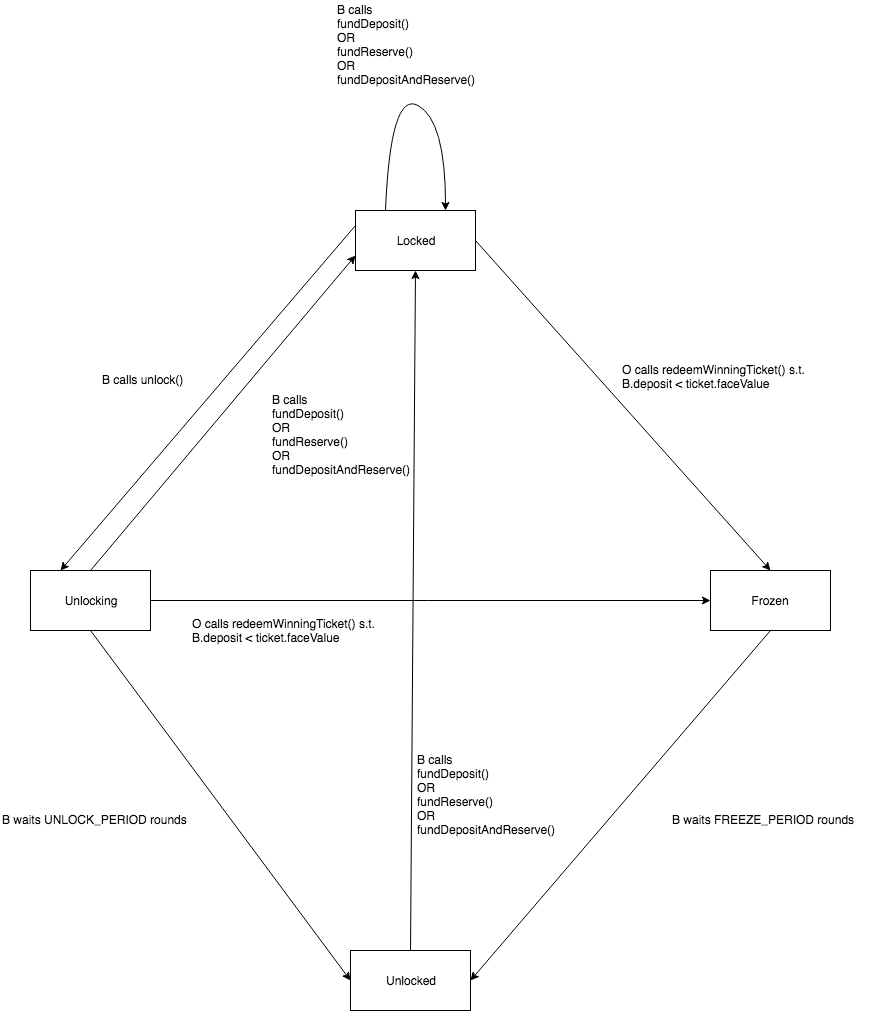
Above: spec/streamflow/images/broadcaster-protocol-states.png in livepeer/wiki (draw.io), before the change. Source tidied: cells renumbered, new cells last; positions are measured from the earlier drawing's top-left corner, leaving out a move shared by most shapes. The source it was exported from:
```xml
<mxGraphModel>
  <root>
    <mxCell id="0" />
    <mxCell id="1" parent="0" />
    <mxCell id="2" value="Unlocked" style="rounded=0;whiteSpace=wrap;html=1;" parent="1" vertex="1">
      <mxGeometry x="350" y="950" width="120" height="60" as="geometry" />
    </mxCell>
    <mxCell id="3" value="Unlocking&lt;br&gt;" style="rounded=0;whiteSpace=wrap;html=1;" parent="1" vertex="1">
      <mxGeometry x="30" y="570" width="120" height="60" as="geometry" />
    </mxCell>
    <mxCell id="4" value="Locked" style="rounded=0;whiteSpace=wrap;html=1;" parent="1" vertex="1">
      <mxGeometry x="355" y="210" width="120" height="60" as="geometry" />
    </mxCell>
    <mxCell id="5" value="Frozen" style="rounded=0;whiteSpace=wrap;html=1;" parent="1" vertex="1">
      <mxGeometry x="710" y="570" width="120" height="60" as="geometry" />
    </mxCell>
    <mxCell id="6" style="endArrow=classic;html=1;entryX=0.5;entryY=1;entryDx=0;entryDy=0;exitX=0.5;exitY=0;exitDx=0;exitDy=0;" parent="1" edge="1" source="2" target="4">
      <mxGeometry relative="1" as="geometry" />
    </mxCell>
    <mxCell id="7" value="B calls&lt;br&gt;fundDeposit()&lt;br&gt;OR&lt;br&gt;fundReserve()&lt;br&gt;OR&lt;br&gt;fundDepositAndReserve()&lt;br&gt;" style="text;html=1;align=left;verticalAlign=top;spacingTop=-4;" parent="1" vertex="1">
      <mxGeometry x="415" y="750" width="150" height="90" as="geometry" />
    </mxCell>
    <mxCell id="8" style="endArrow=classic;html=1;exitX=1;exitY=0.5;exitDx=0;exitDy=0;entryX=0.5;entryY=0;entryDx=0;entryDy=0;" parent="1" edge="1" source="4" target="5">
      <mxGeometry relative="1" as="geometry" />
    </mxCell>
    <mxCell id="9" style="endArrow=classic;html=1;exitX=0.5;exitY=1;exitDx=0;exitDy=0;entryX=1;entryY=0.5;entryDx=0;entryDy=0;" parent="1" edge="1" source="5" target="2">
      <mxGeometry relative="1" as="geometry" />
    </mxCell>
    <mxCell id="10" value="B waits FREEZE_PERIOD rounds" style="text;html=1;align=left;verticalAlign=top;spacingTop=-4;" parent="1" vertex="1">
      <mxGeometry x="670" y="810" width="200" height="20" as="geometry" />
    </mxCell>
    <mxCell id="11" style="endArrow=classic;html=1;exitX=0;exitY=0.25;exitDx=0;exitDy=0;entryX=0.25;entryY=0;entryDx=0;entryDy=0;" parent="1" edge="1" source="4" target="3">
      <mxGeometry relative="1" as="geometry" />
    </mxCell>
    <mxCell id="12" value="B calls unlock()" style="text;html=1;align=left;verticalAlign=top;spacingTop=-4;" parent="1" vertex="1">
      <mxGeometry x="100" y="370" width="100" height="20" as="geometry" />
    </mxCell>
    <mxCell id="13" style="endArrow=classic;html=1;exitX=0.5;exitY=1;exitDx=0;exitDy=0;entryX=0;entryY=0.5;entryDx=0;entryDy=0;" parent="1" edge="1" source="3" target="2">
      <mxGeometry relative="1" as="geometry" />
    </mxCell>
    <mxCell id="14" value="B waits UNLOCK_PERIOD rounds" style="text;html=1;align=left;verticalAlign=top;spacingTop=-4;" parent="1" vertex="1">
      <mxGeometry y="810" width="200" height="20" as="geometry" />
    </mxCell>
    <mxCell id="15" style="endArrow=classic;html=1;entryX=0;entryY=0.75;entryDx=0;entryDy=0;exitX=0.5;exitY=0;exitDx=0;exitDy=0;" parent="1" edge="1" source="3" target="4">
      <mxGeometry relative="1" as="geometry" />
    </mxCell>
    <mxCell id="16" value="B calls&lt;br&gt;fundDeposit()&lt;br&gt;OR&lt;br&gt;fundReserve()&lt;br&gt;OR&lt;br&gt;fundDepositAndReserve()&lt;br&gt;" style="text;html=1;align=left;verticalAlign=top;spacingTop=-4;" parent="1" vertex="1">
      <mxGeometry x="335" width="150" height="90" as="geometry" />
    </mxCell>
    <mxCell id="17" value="O calls redeemWinningTicket() s.t.&lt;br&gt;B.deposit &amp;lt; ticket.faceValue&lt;br&gt;" style="text;html=1;align=left;verticalAlign=top;spacingTop=-4;" parent="1" vertex="1">
      <mxGeometry x="620" y="360" width="200" height="30" as="geometry" />
    </mxCell>
    <mxCell id="18" style="endArrow=classic;html=1;entryX=0;entryY=0.5;entryDx=0;entryDy=0;exitX=1;exitY=0.5;exitDx=0;exitDy=0;" parent="1" edge="1" source="3" target="5">
      <mxGeometry relative="1" as="geometry" />
    </mxCell>
    <mxCell id="19" value="O calls redeemWinningTicket() s.t.&lt;br&gt;B.deposit &amp;lt; ticket.faceValue" style="text;html=1;" parent="1" vertex="1">
      <mxGeometry x="190" y="610" width="180" height="20" as="geometry" />
    </mxCell>
    <mxCell id="20" style="curved=1;endArrow=classic;html=1;exitX=0.25;exitY=0;exitDx=0;exitDy=0;entryX=0.75;entryY=0;entryDx=0;entryDy=0;" parent="1" edge="1" source="4" target="4">
      <mxGeometry relative="1" as="geometry">
        <Array as="points">
          <mxPoint x="390" y="90" />
          <mxPoint x="445" y="120" />
        </Array>
      </mxGeometry>
    </mxCell>
    <mxCell id="21" value="B calls&lt;br&gt;fundDeposit()&lt;br&gt;OR&lt;br&gt;fundReserve()&lt;br&gt;OR&lt;br&gt;fundDepositAndReserve()&lt;br&gt;" style="text;html=1;align=left;verticalAlign=top;spacingTop=-4;" parent="1" vertex="1">
      <mxGeometry x="270" y="390" width="150" height="90" as="geometry" />
    </mxCell>
  </root>
</mxGraphModel>
```
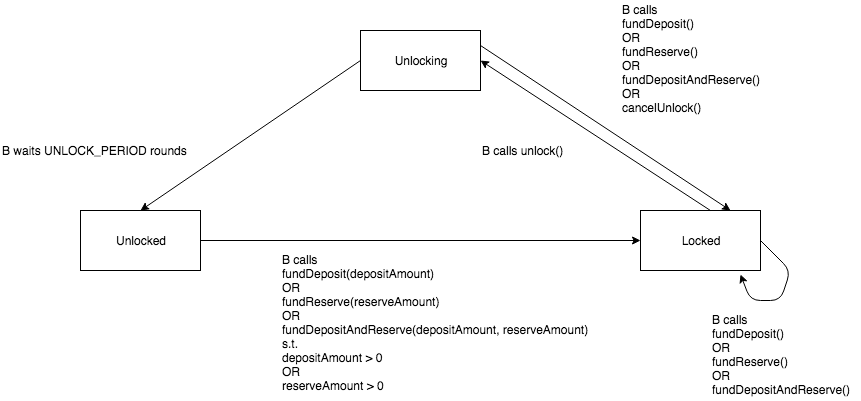
The same diagram one commit later.

Commit message:
spec: Update broadcaster state diagram in PM spec

Diff of the diagram source:
```diff
@@ -2,70 +2,51 @@
   <root>
     <mxCell id="0" />
     <mxCell id="1" parent="0" />
+    <mxCell id="4" value="Locked" style="rounded=0;whiteSpace=wrap;html=1;" parent="1" vertex="1">
+      <mxGeometry x="630" y="670" width="120" height="60" as="geometry" />
+    </mxCell>
+    <mxCell id="3" value="Unlocking" style="rounded=0;whiteSpace=wrap;html=1;" parent="1" vertex="1">
+      <mxGeometry x="350" y="490" width="120" height="60" as="geometry" />
+    </mxCell>
     <mxCell id="2" value="Unlocked" style="rounded=0;whiteSpace=wrap;html=1;" parent="1" vertex="1">
-      <mxGeometry x="350" y="950" width="120" height="60" as="geometry" />
+      <mxGeometry x="70" y="670" width="120" height="60" as="geometry" />
     </mxCell>
-    <mxCell id="3" value="Unlocking&lt;br&gt;" style="rounded=0;whiteSpace=wrap;html=1;" parent="1" vertex="1">
-      <mxGeometry x="30" y="570" width="120" height="60" as="geometry" />
-    </mxCell>
-    <mxCell id="4" value="Locked" style="rounded=0;whiteSpace=wrap;html=1;" parent="1" vertex="1">
-      <mxGeometry x="355" y="210" width="120" height="60" as="geometry" />
-    </mxCell>
-    <mxCell id="5" value="Frozen" style="rounded=0;whiteSpace=wrap;html=1;" parent="1" vertex="1">
-      <mxGeometry x="710" y="570" width="120" height="60" as="geometry" />
-    </mxCell>
-    <mxCell id="6" style="endArrow=classic;html=1;entryX=0.5;entryY=1;entryDx=0;entryDy=0;exitX=0.5;exitY=0;exitDx=0;exitDy=0;" parent="1" edge="1" source="2" target="4">
+    <mxCell id="6" style="endArrow=classic;html=1;exitX=1;exitY=0.5;exitDx=0;exitDy=0;entryX=0;entryY=0.5;entryDx=0;entryDy=0;" parent="1" edge="1" source="2" target="4">
       <mxGeometry relative="1" as="geometry" />
     </mxCell>
-    <mxCell id="7" value="B calls&lt;br&gt;fundDeposit()&lt;br&gt;OR&lt;br&gt;fundReserve()&lt;br&gt;OR&lt;br&gt;fundDepositAndReserve()&lt;br&gt;" style="text;html=1;align=left;verticalAlign=top;spacingTop=-4;" parent="1" vertex="1">
-      <mxGeometry x="415" y="750" width="150" height="90" as="geometry" />
-    </mxCell>
-    <mxCell id="8" style="endArrow=classic;html=1;exitX=1;exitY=0.5;exitDx=0;exitDy=0;entryX=0.5;entryY=0;entryDx=0;entryDy=0;" parent="1" edge="1" source="4" target="5">
-      <mxGeometry relative="1" as="geometry" />
-    </mxCell>
-    <mxCell id="9" style="endArrow=classic;html=1;exitX=0.5;exitY=1;exitDx=0;exitDy=0;entryX=1;entryY=0.5;entryDx=0;entryDy=0;" parent="1" edge="1" source="5" target="2">
-      <mxGeometry relative="1" as="geometry" />
-    </mxCell>
-    <mxCell id="10" value="B waits FREEZE_PERIOD rounds" style="text;html=1;align=left;verticalAlign=top;spacingTop=-4;" parent="1" vertex="1">
-      <mxGeometry x="670" y="810" width="200" height="20" as="geometry" />
-    </mxCell>
-    <mxCell id="11" style="endArrow=classic;html=1;exitX=0;exitY=0.25;exitDx=0;exitDy=0;entryX=0.25;entryY=0;entryDx=0;entryDy=0;" parent="1" edge="1" source="4" target="3">
+    <mxCell id="11" style="endArrow=classic;html=1;entryX=1;entryY=0.5;entryDx=0;entryDy=0;exitX=0.583;exitY=0;exitDx=0;exitDy=0;exitPerimeter=0;" parent="1" edge="1" source="4" target="3">
       <mxGeometry relative="1" as="geometry" />
     </mxCell>
+    <mxCell id="15" style="endArrow=classic;html=1;exitX=1;exitY=0.25;exitDx=0;exitDy=0;entryX=0.75;entryY=0;entryDx=0;entryDy=0;" parent="1" edge="1" source="3" target="4">
+      <mxGeometry relative="1" as="geometry" />
+    </mxCell>
+    <mxCell id="13" style="endArrow=classic;html=1;exitX=0;exitY=0.5;exitDx=0;exitDy=0;entryX=0.5;entryY=0;entryDx=0;entryDy=0;" parent="1" edge="1" source="3" target="2">
+      <mxGeometry relative="1" as="geometry" />
+    </mxCell>
     <mxCell id="12" value="B calls unlock()" style="text;html=1;align=left;verticalAlign=top;spacingTop=-4;" parent="1" vertex="1">
-      <mxGeometry x="100" y="370" width="100" height="20" as="geometry" />
+      <mxGeometry x="470" y="601" width="100" height="20" as="geometry" />
     </mxCell>
-    <mxCell id="13" style="endArrow=classic;html=1;exitX=0.5;exitY=1;exitDx=0;exitDy=0;entryX=0;entryY=0.5;entryDx=0;entryDy=0;" parent="1" edge="1" source="3" target="2">
-      <mxGeometry relative="1" as="geometry" />
-    </mxCell>
     <mxCell id="14" value="B waits UNLOCK_PERIOD rounds" style="text;html=1;align=left;verticalAlign=top;spacingTop=-4;" parent="1" vertex="1">
-      <mxGeometry y="810" width="200" height="20" as="geometry" />
+      <mxGeometry x="-10" y="601" width="200" height="20" as="geometry" />
     </mxCell>
-    <mxCell id="15" style="endArrow=classic;html=1;entryX=0;entryY=0.75;entryDx=0;entryDy=0;exitX=0.5;exitY=0;exitDx=0;exitDy=0;" parent="1" edge="1" source="3" target="4">
-      <mxGeometry relative="1" as="geometry" />
-    </mxCell>
-    <mxCell id="16" value="B calls&lt;br&gt;fundDeposit()&lt;br&gt;OR&lt;br&gt;fundReserve()&lt;br&gt;OR&lt;br&gt;fundDepositAndReserve()&lt;br&gt;" style="text;html=1;align=left;verticalAlign=top;spacingTop=-4;" parent="1" vertex="1">
-      <mxGeometry x="335" width="150" height="90" as="geometry" />
-    </mxCell>
-    <mxCell id="17" value="O calls redeemWinningTicket() s.t.&lt;br&gt;B.deposit &amp;lt; ticket.faceValue&lt;br&gt;" style="text;html=1;align=left;verticalAlign=top;spacingTop=-4;" parent="1" vertex="1">
-      <mxGeometry x="620" y="360" width="200" height="30" as="geometry" />
-    </mxCell>
-    <mxCell id="18" style="endArrow=classic;html=1;entryX=0;entryY=0.5;entryDx=0;entryDy=0;exitX=1;exitY=0.5;exitDx=0;exitDy=0;" parent="1" edge="1" source="3" target="5">
-      <mxGeometry relative="1" as="geometry" />
-    </mxCell>
-    <mxCell id="19" value="O calls redeemWinningTicket() s.t.&lt;br&gt;B.deposit &amp;lt; ticket.faceValue" style="text;html=1;" parent="1" vertex="1">
-      <mxGeometry x="190" y="610" width="180" height="20" as="geometry" />
-    </mxCell>
-    <mxCell id="20" style="curved=1;endArrow=classic;html=1;exitX=0.25;exitY=0;exitDx=0;exitDy=0;entryX=0.75;entryY=0;entryDx=0;entryDy=0;" parent="1" edge="1" source="4" target="4">
-      <mxGeometry relative="1" as="geometry">
-        <Array as="points">
-          <mxPoint x="390" y="90" />
-          <mxPoint x="445" y="120" />
-        </Array>
-      </mxGeometry>
-    </mxCell>
-    <mxCell id="21" value="B calls&lt;br&gt;fundDeposit()&lt;br&gt;OR&lt;br&gt;fundReserve()&lt;br&gt;OR&lt;br&gt;fundDepositAndReserve()&lt;br&gt;" style="text;html=1;align=left;verticalAlign=top;spacingTop=-4;" parent="1" vertex="1">
-      <mxGeometry x="270" y="390" width="150" height="90" as="geometry" />
-    </mxCell>
+    <mxCell id="22" value="B calls&lt;br&gt;fundDeposit(depositAmount)&lt;br&gt;OR&lt;br&gt;fundReserve(reserveAmount)&lt;br&gt;OR&lt;br&gt;fundDepositAndReserve(depositAmount, reserveAmount)&lt;br&gt;s.t.&lt;br&gt;depositAmount &amp;gt; 0&lt;br&gt;OR&lt;br&gt;reserveAmount &amp;gt; 0" style="text;html=1;align=left;verticalAlign=top;spacingTop=-4;" parent="1" vertex="1">
+      <mxGeometry x="270" y="710" width="320" height="140" as="geometry" />
+    </mxCell>
+    <mxCell id="23" value="B calls&lt;br&gt;fundDeposit()&lt;br&gt;OR&lt;br&gt;fundReserve()&lt;br&gt;OR&lt;br&gt;fundDepositAndReserve()&lt;br&gt;OR&lt;br&gt;cancelUnlock()" style="text;html=1;align=left;verticalAlign=top;spacingTop=-4;" parent="1" vertex="1">
+      <mxGeometry x="610" y="460" width="150" height="110" as="geometry" />
+    </mxCell>
+    <mxCell id="24" style="endArrow=classic;html=1;exitX=1;exitY=0.5;exitDx=0;exitDy=0;" parent="1" edge="1" source="4">
+      <mxGeometry relative="1" as="geometry">
+        <mxPoint x="730" y="734" as="targetPoint" />
+        <Array as="points">
+          <mxPoint x="780" y="730" />
+          <mxPoint x="770" y="760" />
+          <mxPoint x="740" y="760" />
+        </Array>
+      </mxGeometry>
+    </mxCell>
+    <mxCell id="25" value="B calls&lt;br&gt;fundDeposit()&lt;br&gt;OR&lt;br&gt;fundReserve()&lt;br&gt;OR&lt;br&gt;fundDepositAndReserve()" style="text;html=1;align=left;verticalAlign=top;spacingTop=-4;" parent="1" vertex="1">
+      <mxGeometry x="700" y="770" width="150" height="90" as="geometry" />
+    </mxCell>
   </root>
 </mxGraphModel>
```
